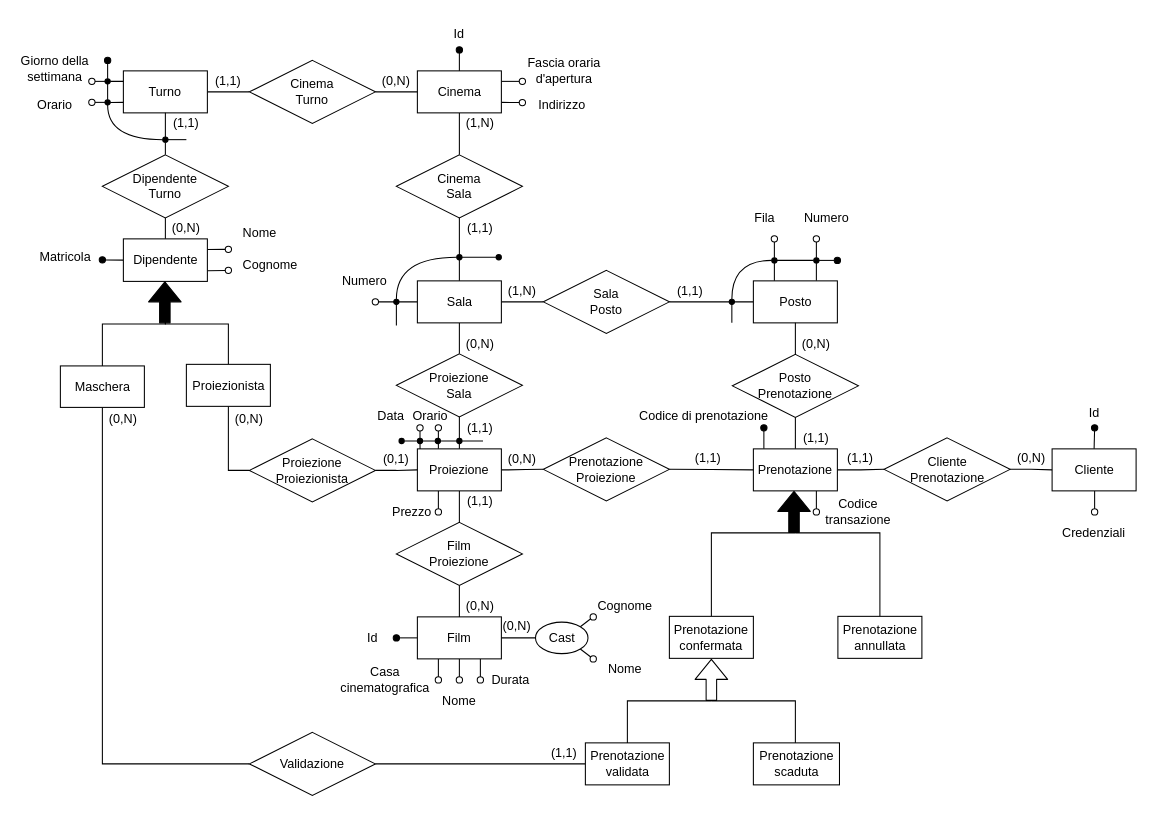
Above: docs/media/er_diagrams/er-diagram_final.drawio in buracchi/cinema-management-system (draw.io), before the change. Source tidied: cells renumbered, new cells numbered last; positions are measured from the earlier drawing's top-left corner, leaving out a move shared by most shapes. Both pictures are drawn from the tidied source at 105%, with x=0, y=0 at pixel (18, 18).
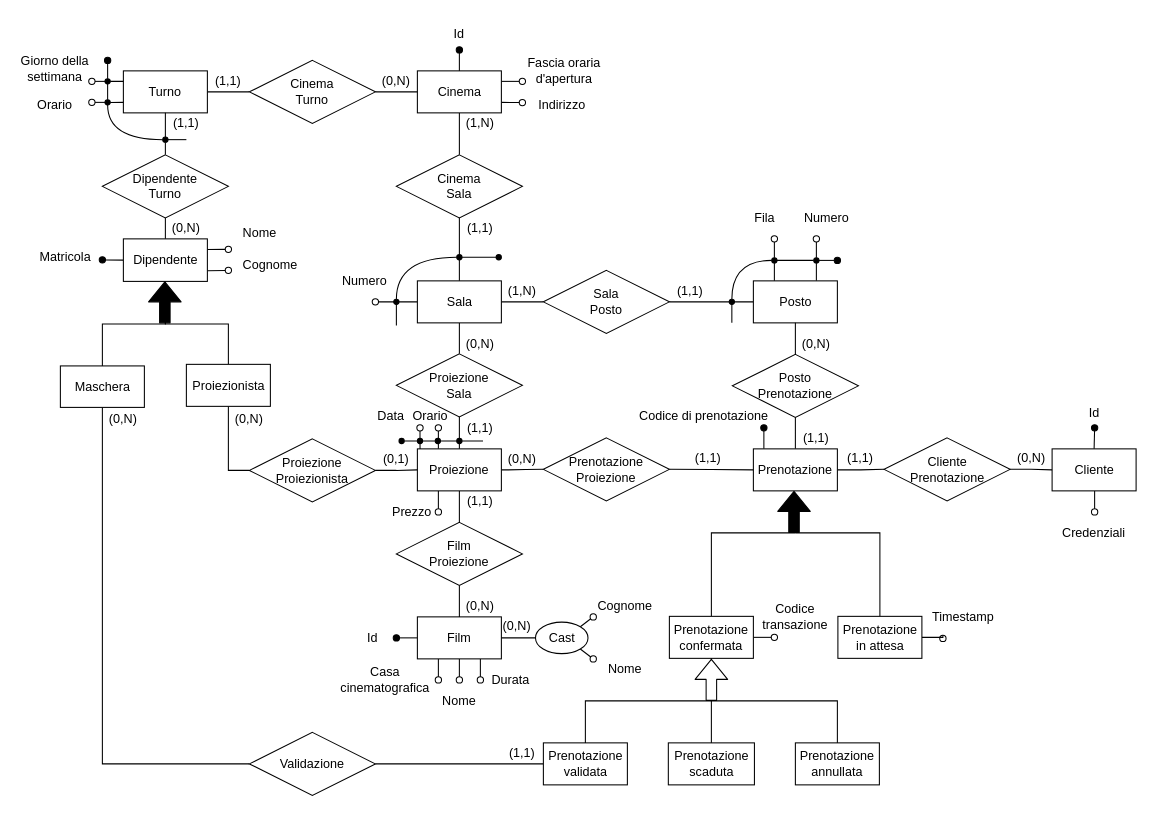
The same page after the edit.

The change refers to these unchanged cells:
```xml
<mxCell id="35" value="Prenotazione" style="whiteSpace=wrap;html=1;sketch=0;" parent="1" vertex="1">
  <mxGeometry x="700" y="410" width="80" height="40" as="geometry" />
</mxCell>
<mxCell id="110" value="Prenotazione&lt;br&gt;confermata" style="whiteSpace=wrap;html=1;sketch=0;" parent="1" vertex="1">
  <mxGeometry x="620" y="569.5" width="80" height="40" as="geometry" />
</mxCell>
```

The edit, as a diff of the source:
```diff
@@
-    <mxCell id="33" style="edgeStyle=orthogonalEdgeStyle;curved=1;rounded=0;jettySize=auto;html=1;endArrow=oval;endFill=0;exitX=0.75;exitY=1;exitDx=0;exitDy=0;" parent="1" edge="1" source="35">
+    <mxCell id="33" style="edgeStyle=orthogonalEdgeStyle;rounded=0;jettySize=auto;html=1;endArrow=oval;endFill=0;exitX=1;exitY=0.5;exitDx=0;exitDy=0;" parent="1" edge="1" source="110">
       <mxGeometry relative="1" as="geometry">
-        <mxPoint x="760" y="470" as="targetPoint" />
+        <mxPoint x="720" y="590" as="targetPoint" />
       </mxGeometry>
     </mxCell>
@@
     <mxCell id="80" value="Prenotazione&lt;br&gt;validata" style="html=1;sketch=0;" parent="1" vertex="1">
-      <mxGeometry x="540" y="690" width="80" height="40" as="geometry" />
+      <mxGeometry x="500" y="690" width="80" height="40" as="geometry" />
     </mxCell>
     <mxCell id="81" style="edgeStyle=orthogonalEdgeStyle;rounded=0;jettySize=auto;html=1;endArrow=none;endFill=0;" parent="1" edge="1" source="82">
       <mxGeometry relative="1" as="geometry">
         <mxPoint x="660" y="650" as="targetPoint" />
         <Array as="points">
-          <mxPoint x="740" y="650" />
+          <mxPoint x="660" y="680" />
+          <mxPoint x="660" y="680" />
         </Array>
       </mxGeometry>
     </mxCell>
     <mxCell id="82" value="Prenotazione&lt;br&gt;scaduta" style="html=1;sketch=0;" parent="1" vertex="1">
-      <mxGeometry x="700" y="690" width="82" height="40" as="geometry" />
+      <mxGeometry x="619" y="690" width="82" height="40" as="geometry" />
     </mxCell>
-    <mxCell id="83" style="shape=flexArrow;endArrow=classic;html=1;fillColor=#FFFFFF;sketch=0;" parent="1" edge="1">
-      <mxGeometry relative="1" as="geometry">
-        <mxPoint x="660" y="650" as="sourcePoint" />
-        <mxPoint x="660" y="610" as="targetPoint" />
-      </mxGeometry>
-    </mxCell>
@@
     <mxCell id="94" value="(1,1)" style="text;html=1;strokeColor=none;fillColor=none;align=center;verticalAlign=middle;whiteSpace=wrap;sketch=0;" parent="1" vertex="1">
-      <mxGeometry x="500" y="690" width="40" height="20" as="geometry" />
+      <mxGeometry x="460" y="690" width="40" height="20" as="geometry" />
     </mxCell>
@@
+    <mxCell id="168" style="edgeStyle=orthogonalEdgeStyle;rounded=0;jettySize=auto;html=1;endArrow=oval;endFill=0;" parent="1" edge="1" source="112">
+      <mxGeometry relative="1" as="geometry">
+        <mxPoint x="881" y="590" as="targetPoint" />
+      </mxGeometry>
+    </mxCell>
-    <mxCell id="112" value="Prenotazione&lt;br&gt;annullata" style="whiteSpace=wrap;html=1;sketch=0;" parent="1" vertex="1">
+    <mxCell id="112" value="Prenotazione&lt;br&gt;in attesa" style="whiteSpace=wrap;html=1;sketch=0;" parent="1" vertex="1">
       <mxGeometry x="780.5" y="569.5" width="80" height="40" as="geometry" />
     </mxCell>
@@
     <mxCell id="114" style="endArrow=none;html=1;rounded=0;edgeStyle=orthogonalEdgeStyle;exitX=0.5;exitY=0;exitDx=0;exitDy=0;" parent="1" edge="1" source="80">
       <mxGeometry relative="1" as="geometry">
         <mxPoint x="660" y="650" as="targetPoint" />
         <Array as="points">
-          <mxPoint x="580" y="650" />
+          <mxPoint x="540" y="650" />
         </Array>
       </mxGeometry>
     </mxCell>
@@
     <mxCell id="155" value="Codice transazione" style="text;html=1;strokeColor=none;fillColor=none;align=center;verticalAlign=middle;whiteSpace=wrap;sketch=0;" parent="1" vertex="1">
-      <mxGeometry x="770" y="459.5" width="60" height="20" as="geometry" />
+      <mxGeometry x="710" y="559.5" width="60" height="20" as="geometry" />
     </mxCell>
@@
+    <mxCell id="169" style="edgeStyle=orthogonalEdgeStyle;rounded=0;jettySize=auto;html=1;entryX=0.5;entryY=1;entryDx=0;entryDy=0;endArrow=none;endFill=0;" parent="1" edge="1" source="170" target="110">
+      <mxGeometry relative="1" as="geometry">
+        <Array as="points">
+          <mxPoint x="780" y="650" />
+          <mxPoint x="660" y="650" />
+        </Array>
+      </mxGeometry>
+    </mxCell>
+    <mxCell id="170" value="Prenotazione&lt;br&gt;annullata" style="whiteSpace=wrap;html=1;sketch=0;" parent="1" vertex="1">
+      <mxGeometry x="740" y="690" width="80" height="40" as="geometry" />
+    </mxCell>
+    <mxCell id="83" style="shape=flexArrow;endArrow=classic;html=1;fillColor=#FFFFFF;sketch=0;" parent="1" edge="1">
+      <mxGeometry relative="1" as="geometry">
+        <mxPoint x="660" y="650" as="sourcePoint" />
+        <mxPoint x="660" y="610" as="targetPoint" />
+      </mxGeometry>
+    </mxCell>
+    <mxCell id="171" value="Timestamp" style="text;html=1;strokeColor=none;fillColor=none;align=center;verticalAlign=middle;whiteSpace=wrap;sketch=0;" parent="1" vertex="1">
+      <mxGeometry x="870" y="559.5" width="60" height="20" as="geometry" />
+    </mxCell>
```
